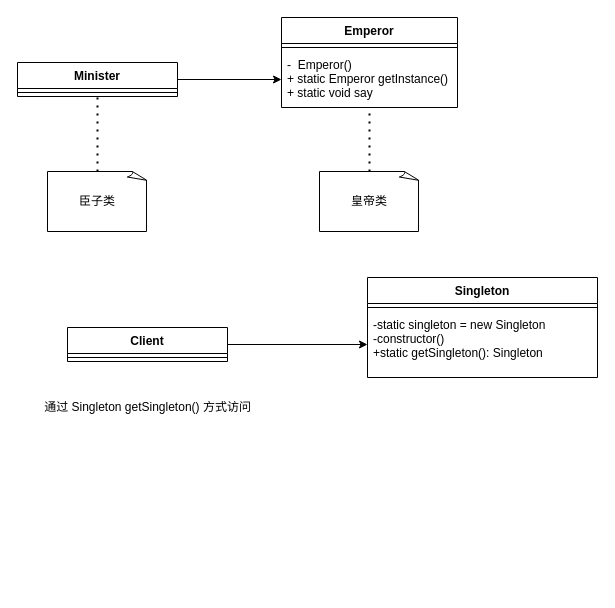
This is src/1.singleton-pattern/单例模式.drawio from ark-65/design-pattern-for-ts, a draw.io file, before an edit. Source tidied: cells renumbered, new cells numbered last; positions are measured from the earlier drawing's top-left corner, leaving out a move shared by most shapes. Both pictures are drawn from the tidied source at 100%, with x=0, y=0 at pixel (17, 17).
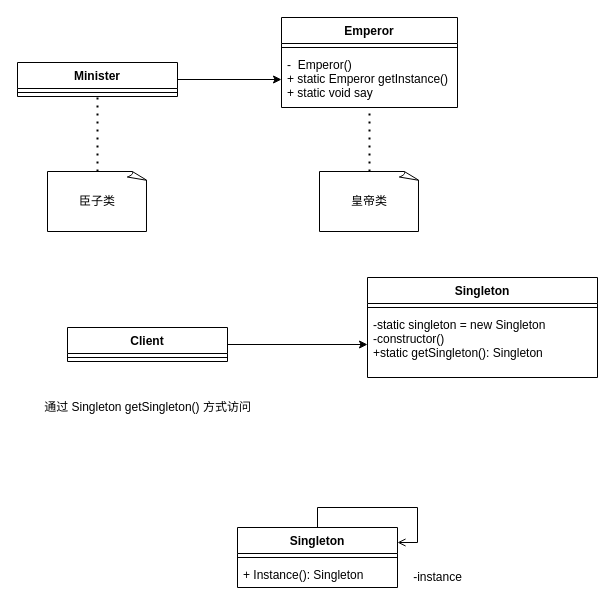
The same diagram, later.

The edit, as a diff of the source:
```diff
@@
+    <mxCell id="19" value="Singleton" style="swimlane;fontStyle=1;align=center;verticalAlign=top;horizontal=1;startSize=26;" parent="1" vertex="1">
+      <mxGeometry x="220" y="510" width="160" height="60" as="geometry" />
+    </mxCell>
+    <mxCell id="20" style="line;strokeWidth=1;fillColor=none;align=left;verticalAlign=middle;spacingTop=-1;spacingLeft=3;spacingRight=3;labelPosition=right;" parent="19" vertex="1">
+      <mxGeometry y="26" width="160" height="8" as="geometry" />
+    </mxCell>
+    <mxCell id="21" value="+ Instance(): Singleton" style="text;strokeColor=none;fillColor=none;align=left;verticalAlign=top;spacingLeft=4;spacingRight=4;overflow=hidden;" parent="19" vertex="1">
+      <mxGeometry y="34" width="160" height="26" as="geometry" />
+    </mxCell>
+    <mxCell id="22" style="edgeStyle=orthogonalEdgeStyle;rounded=0;orthogonalLoop=1;jettySize=auto;html=1;exitX=0.5;exitY=0;exitDx=0;exitDy=0;entryX=1;entryY=0.25;entryDx=0;entryDy=0;endArrow=open;endFill=0;" parent="1" edge="1" source="19" target="19">
+      <mxGeometry relative="1" as="geometry" />
+    </mxCell>
+    <mxCell id="23" value="-instance" style="text;html=1;align=center;verticalAlign=middle;strokeColor=none;fillColor=none;" parent="1" vertex="1">
+      <mxGeometry x="390" y="550" width="60" height="20" as="geometry" />
+    </mxCell>
```
